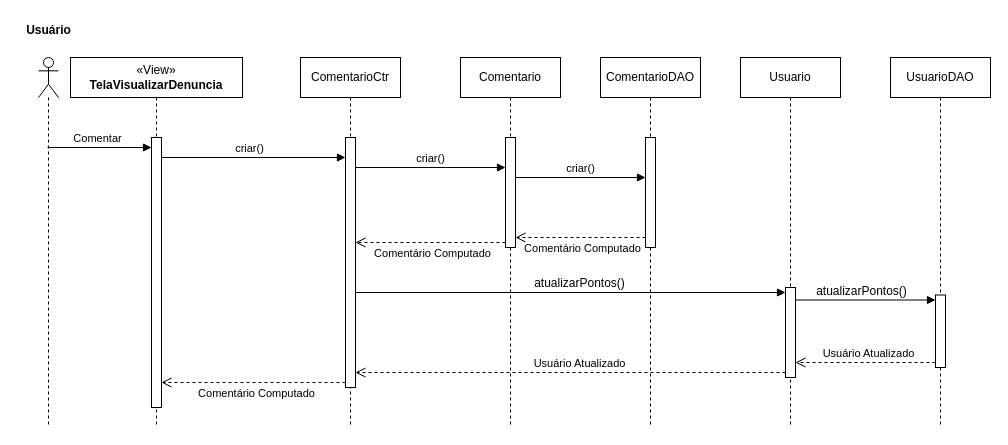
frsouzaa/Documentacao-TCC-NossaVia keeps this draw.io diagram as Documentação/Diagramas/Diagramas de Sequencia/Diagrama de Sequencia Comentar.drawio. Above is the earlier version. Source tidied: cells renumbered, new cells numbered last; positions are measured from the earlier drawing's top-left corner, leaving out a move shared by most shapes. Both pictures are drawn from the tidied source at 100%, with x=0, y=0 at pixel (17, 17).
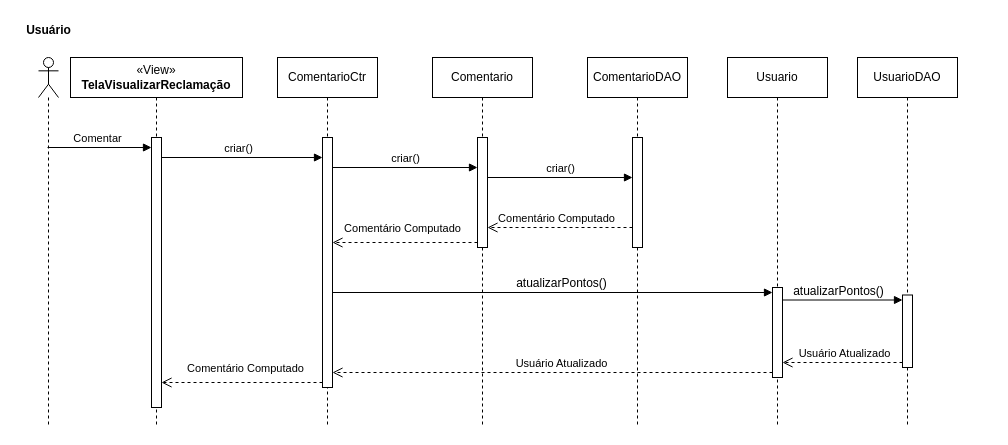
After the change.

Unchanged cells that the change refers to:
```xml
<mxCell id="4" style="html=1;points=[[0,0,0,0,5],[0,1,0,0,-5],[1,0,0,0,5],[1,1,0,0,-5]];perimeter=orthogonalPerimeter;outlineConnect=0;targetShapes=umlLifeline;portConstraint=eastwest;newEdgeStyle={&quot;curved&quot;:0,&quot;rounded&quot;:0};" parent="3" vertex="1">
  <mxGeometry x="81" y="80" width="10" height="270" as="geometry" />
</mxCell>
<mxCell id="6" style="html=1;points=[[0,0,0,0,5],[0,1,0,0,-5],[1,0,0,0,5],[1,1,0,0,-5]];perimeter=orthogonalPerimeter;outlineConnect=0;targetShapes=umlLifeline;portConstraint=eastwest;newEdgeStyle={&quot;curved&quot;:0,&quot;rounded&quot;:0};" parent="5" vertex="1">
  <mxGeometry x="45" y="80" width="10" height="110" as="geometry" />
</mxCell>
<mxCell id="8" style="html=1;points=[[0,0,0,0,5],[0,1,0,0,-5],[1,0,0,0,5],[1,1,0,0,-5]];perimeter=orthogonalPerimeter;outlineConnect=0;targetShapes=umlLifeline;portConstraint=eastwest;newEdgeStyle={&quot;curved&quot;:0,&quot;rounded&quot;:0};" parent="7" vertex="1">
  <mxGeometry x="45" y="80" width="10" height="250" as="geometry" />
</mxCell>
<mxCell id="17" style="html=1;points=[[0,0,0,0,5],[0,1,0,0,-5],[1,0,0,0,5],[1,1,0,0,-5]];perimeter=orthogonalPerimeter;outlineConnect=0;targetShapes=umlLifeline;portConstraint=eastwest;newEdgeStyle={&quot;curved&quot;:0,&quot;rounded&quot;:0};" parent="16" vertex="1">
  <mxGeometry x="45" y="230" width="10" height="90" as="geometry" />
</mxCell>
```

Diff of the diagram source:
```diff
@@
-    <mxCell id="3" value="«View»&lt;br&gt;&lt;b&gt;TelaVisualizarDenuncia&lt;/b&gt;" style="shape=umlLifeline;perimeter=lifelinePerimeter;whiteSpace=wrap;html=1;newEdgeStyle={&quot;curved&quot;:0,&quot;rounded&quot;:0};" parent="1" vertex="1">
+    <mxCell id="3" value="«View»&lt;br&gt;&lt;b&gt;TelaVisualizarReclamação&lt;/b&gt;" style="shape=umlLifeline;perimeter=lifelinePerimeter;whiteSpace=wrap;html=1;newEdgeStyle={&quot;curved&quot;:0,&quot;rounded&quot;:0};" parent="1" vertex="1">
       <mxGeometry x="53" y="40" width="172" height="370" as="geometry" />
     </mxCell>
@@
     <mxCell id="5" value="&lt;span style=&quot;text-wrap: nowrap;&quot;&gt;Comentario&lt;/span&gt;" style="shape=umlLifeline;perimeter=lifelinePerimeter;whiteSpace=wrap;html=1;newEdgeStyle={&quot;curved&quot;:0,&quot;rounded&quot;:0};" parent="1" vertex="1">
-      <mxGeometry x="443" y="40" width="100" height="370" as="geometry" />
+      <mxGeometry x="415" y="40" width="100" height="370" as="geometry" />
     </mxCell>
@@
     <mxCell id="7" value="&lt;span style=&quot;text-wrap: nowrap;&quot;&gt;ComentarioCtr&lt;/span&gt;" style="shape=umlLifeline;perimeter=lifelinePerimeter;whiteSpace=wrap;html=1;newEdgeStyle={&quot;curved&quot;:0,&quot;rounded&quot;:0};" parent="1" vertex="1">
-      <mxGeometry x="283" y="40" width="100" height="370" as="geometry" />
+      <mxGeometry x="260" y="40" width="100" height="370" as="geometry" />
     </mxCell>
@@
-    <mxCell id="9" value="&lt;div style=&quot;text-align: left;&quot;&gt;criar()&lt;/div&gt;" style="html=1;verticalAlign=bottom;endArrow=block;curved=0;rounded=0;" parent="1" edge="1">
+    <mxCell id="9" value="&lt;div style=&quot;text-align: left;&quot;&gt;criar()&lt;/div&gt;" style="html=1;verticalAlign=bottom;endArrow=block;curved=0;rounded=0;" parent="1" edge="1" target="8">
       <mxGeometry x="-0.04" relative="1" as="geometry">
         <mxPoint x="144" y="140" as="sourcePoint" />
-        <mxPoint x="328" y="140" as="targetPoint" />
       </mxGeometry>
     </mxCell>
     <mxCell id="10" value="&lt;div style=&quot;text-align: left;&quot;&gt;criar()&lt;br&gt;&lt;/div&gt;" style="html=1;verticalAlign=bottom;endArrow=block;curved=0;rounded=0;" parent="1" edge="1">
       <mxGeometry relative="1" as="geometry">
-        <mxPoint x="338" y="150" as="sourcePoint" />
-        <mxPoint x="488" y="150" as="targetPoint" />
+        <mxPoint x="315" y="150" as="sourcePoint" />
+        <mxPoint x="460" y="150" as="targetPoint" />
       </mxGeometry>
     </mxCell>
     <mxCell id="11" value="Comentário Computado" style="html=1;verticalAlign=bottom;endArrow=open;dashed=1;endSize=8;curved=0;rounded=0;exitX=0;exitY=1;exitDx=0;exitDy=-5;exitPerimeter=0;" parent="1" edge="1" source="6" target="8">
-      <mxGeometry x="-0.03" y="20" relative="1" as="geometry" />
+      <mxGeometry x="0.04" y="-5" relative="1" as="geometry" />
     </mxCell>
@@
     <mxCell id="13" value="&lt;span style=&quot;font-family: Helvetica; font-size: 12px; font-style: normal; font-variant-ligatures: normal; font-variant-caps: normal; font-weight: 400; letter-spacing: normal; orphans: 2; text-align: center; text-indent: 0px; text-transform: none; widows: 2; word-spacing: 0px; -webkit-text-stroke-width: 0px; white-space: nowrap; text-decoration-thickness: initial; text-decoration-style: initial; text-decoration-color: initial; float: none; display: inline !important;&quot;&gt;ComentarioDAO&lt;/span&gt;" style="shape=umlLifeline;perimeter=lifelinePerimeter;whiteSpace=wrap;html=1;newEdgeStyle={&quot;curved&quot;:0,&quot;rounded&quot;:0};" parent="1" vertex="1">
-      <mxGeometry x="583" y="40" width="100" height="370" as="geometry" />
+      <mxGeometry x="570" y="40" width="100" height="370" as="geometry" />
     </mxCell>
@@
     <mxCell id="15" value="&lt;div style=&quot;text-align: left;&quot;&gt;criar()&lt;br&gt;&lt;/div&gt;" style="html=1;verticalAlign=bottom;endArrow=block;curved=0;rounded=0;" parent="1" edge="1">
       <mxGeometry relative="1" as="geometry">
-        <mxPoint x="498" y="160" as="sourcePoint" />
-        <mxPoint x="628" y="160" as="targetPoint" />
+        <mxPoint x="470" y="160" as="sourcePoint" />
+        <mxPoint x="615" y="160" as="targetPoint" />
       </mxGeometry>
     </mxCell>
     <mxCell id="16" value="&lt;span style=&quot;font-family: Helvetica; font-size: 12px; font-style: normal; font-variant-ligatures: normal; font-variant-caps: normal; font-weight: 400; letter-spacing: normal; orphans: 2; text-align: center; text-indent: 0px; text-transform: none; widows: 2; word-spacing: 0px; -webkit-text-stroke-width: 0px; white-space: nowrap; text-decoration-thickness: initial; text-decoration-style: initial; text-decoration-color: initial; float: none; display: inline !important;&quot;&gt;Usuario&lt;/span&gt;" style="shape=umlLifeline;perimeter=lifelinePerimeter;whiteSpace=wrap;html=1;newEdgeStyle={&quot;curved&quot;:0,&quot;rounded&quot;:0};" parent="1" vertex="1">
-      <mxGeometry x="723" y="40" width="100" height="370" as="geometry" />
+      <mxGeometry x="710" y="40" width="100" height="370" as="geometry" />
     </mxCell>
@@
     <mxCell id="18" value="&lt;span style=&quot;text-wrap: nowrap;&quot;&gt;Usuario&lt;/span&gt;DAO" style="shape=umlLifeline;perimeter=lifelinePerimeter;whiteSpace=wrap;html=1;newEdgeStyle={&quot;curved&quot;:0,&quot;rounded&quot;:0};" parent="1" vertex="1">
-      <mxGeometry x="873" y="40" width="100" height="370" as="geometry" />
+      <mxGeometry x="840" y="40" width="100" height="370" as="geometry" />
     </mxCell>
@@
-    <mxCell id="20" value="&lt;span style=&quot;font-size: 12px; text-align: left;&quot;&gt;atualizarPontos()&lt;/span&gt;" style="html=1;verticalAlign=bottom;endArrow=block;curved=0;rounded=0;entryX=0;entryY=0;entryDx=0;entryDy=5;entryPerimeter=0;" parent="1" edge="1" target="17">
-      <mxGeometry x="0.04" relative="1" as="geometry">
-        <mxPoint x="338" y="275" as="sourcePoint" />
-      </mxGeometry>
+    <mxCell id="20" value="&lt;span style=&quot;font-size: 12px; text-align: left;&quot;&gt;atualizarPontos()&lt;/span&gt;" style="html=1;verticalAlign=bottom;endArrow=block;curved=0;rounded=0;entryX=0;entryY=0;entryDx=0;entryDy=5;entryPerimeter=0;" parent="1" edge="1" source="8" target="17">
+      <mxGeometry x="0.04" relative="1" as="geometry" />
     </mxCell>
@@
-    <mxCell id="22" value="Usuário Atualizado" style="html=1;verticalAlign=bottom;endArrow=open;dashed=1;endSize=8;curved=0;rounded=0;exitX=0;exitY=1;exitDx=0;exitDy=-5;exitPerimeter=0;" parent="1" edge="1" source="17">
-      <mxGeometry x="-0.04" relative="1" as="geometry">
-        <mxPoint x="338" y="355" as="targetPoint" />
-      </mxGeometry>
+    <mxCell id="22" value="Usuário Atualizado" style="html=1;verticalAlign=bottom;endArrow=open;dashed=1;endSize=8;curved=0;rounded=0;exitX=0;exitY=1;exitDx=0;exitDy=-5;exitPerimeter=0;" parent="1" edge="1" source="17" target="8">
+      <mxGeometry x="-0.04" relative="1" as="geometry" />
     </mxCell>
@@
     <mxCell id="24" value="Comentário Computado" style="html=1;verticalAlign=bottom;endArrow=open;dashed=1;endSize=8;curved=0;rounded=0;" parent="1" edge="1">
-      <mxGeometry x="-0.03" y="20" relative="1" as="geometry">
-        <mxPoint x="628" y="220" as="sourcePoint" />
-        <mxPoint x="498" y="220" as="targetPoint" />
+      <mxGeometry x="0.05" relative="1" as="geometry">
+        <mxPoint x="615" y="210" as="sourcePoint" />
+        <mxPoint x="470" y="210" as="targetPoint" />
       </mxGeometry>
     </mxCell>
     <mxCell id="25" value="Comentário Computado" style="html=1;verticalAlign=bottom;endArrow=open;dashed=1;endSize=8;curved=0;rounded=0;exitX=0;exitY=1;exitDx=0;exitDy=-5;exitPerimeter=0;" parent="1" edge="1" source="8" target="4">
-      <mxGeometry x="-0.03" y="20" relative="1" as="geometry" />
+      <mxGeometry x="-0.04" y="-5" relative="1" as="geometry" />
     </mxCell>
```
